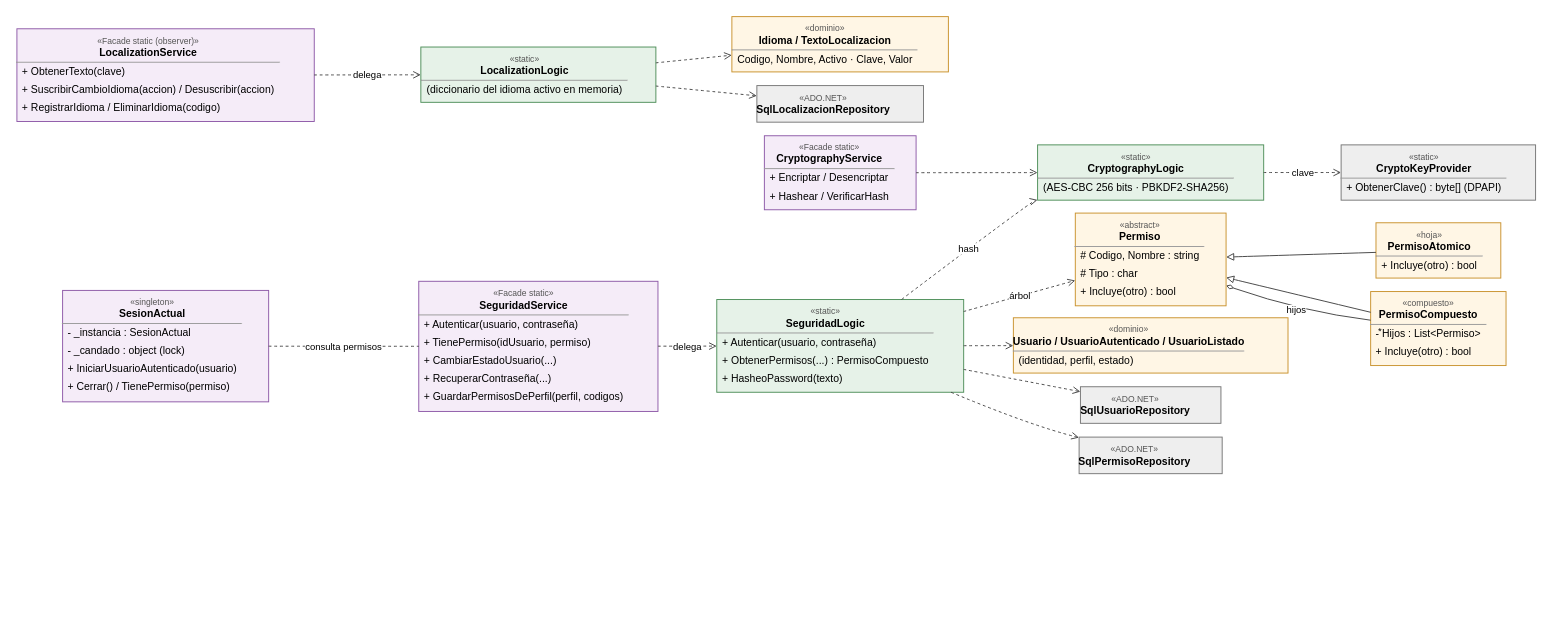
Earlier version of the draw.io diagram Diagramas/Arquitectura/G06 - Servicios seguridad y localizacion (clases).drawio (DanteSchlogl/OpenRIN-corregido). Source tidied: cells renumbered, new cells numbered last; positions are measured from the earlier drawing's top-left corner, leaving out a move shared by most shapes. Both pictures are drawn from the tidied source at 95%, with x=0, y=0 at pixel (16, 16).
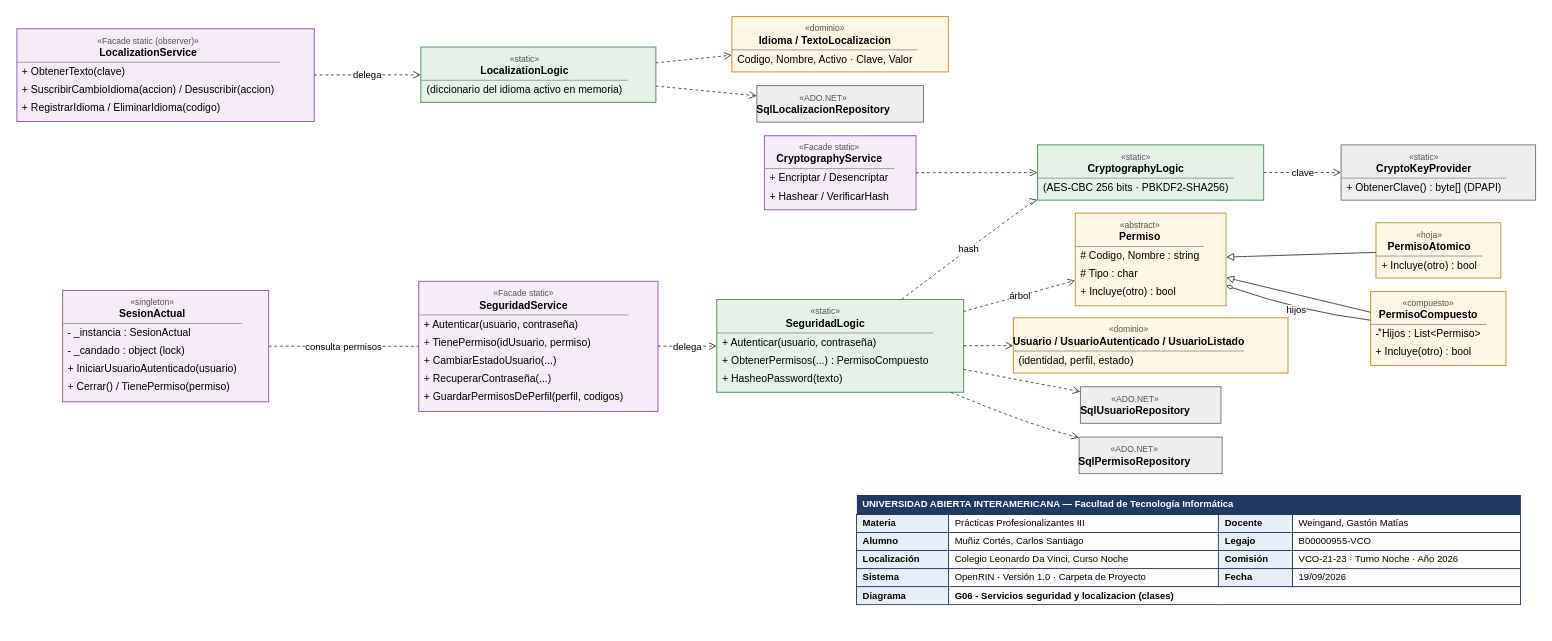
The same diagram, later.

Change to the diagram source:
```diff
@@
+    <mxCell id="34" value="&lt;table style=&quot;border-collapse:collapse;font-family:Arial;font-size:10px;width:700px;table-layout:auto;&quot;&gt;&lt;tr&gt;&lt;td colspan=&quot;4&quot; style=&quot;background:#1F3864;color:#FFFFFF;font-weight:bold;padding:4px 6px;&quot;&gt;UNIVERSIDAD ABIERTA INTERAMERICANA — Facultad de Tecnología Informática&lt;/td&gt;&lt;/tr&gt;&lt;tr&gt;&lt;td style=&quot;border:1px solid #1F3864;padding:3px 6px;font-weight:bold;background:#E8EEF8;white-space:nowrap;&quot;&gt;Materia&lt;/td&gt;&lt;td style=&quot;border:1px solid #1F3864;padding:3px 6px;&quot;&gt;Prácticas Profesionalizantes III&lt;/td&gt;&lt;td style=&quot;border:1px solid #1F3864;padding:3px 6px;font-weight:bold;background:#E8EEF8;white-space:nowrap;&quot;&gt;Docente&lt;/td&gt;&lt;td style=&quot;border:1px solid #1F3864;padding:3px 6px;&quot;&gt;Weingand, Gastón Matías&lt;/td&gt;&lt;/tr&gt;&lt;tr&gt;&lt;td style=&quot;border:1px solid #1F3864;padding:3px 6px;font-weight:bold;background:#E8EEF8;white-space:nowrap;&quot;&gt;Alumno&lt;/td&gt;&lt;td style=&quot;border:1px solid #1F3864;padding:3px 6px;&quot;&gt;Muñiz Cortés, Carlos Santiago&lt;/td&gt;&lt;td style=&quot;border:1px solid #1F3864;padding:3px 6px;font-weight:bold;background:#E8EEF8;white-space:nowrap;&quot;&gt;Legajo&lt;/td&gt;&lt;td style=&quot;border:1px solid #1F3864;padding:3px 6px;&quot;&gt;B00000955-VCO&lt;/td&gt;&lt;/tr&gt;&lt;tr&gt;&lt;td style=&quot;border:1px solid #1F3864;padding:3px 6px;font-weight:bold;background:#E8EEF8;white-space:nowrap;&quot;&gt;Localización&lt;/td&gt;&lt;td style=&quot;border:1px solid #1F3864;padding:3px 6px;&quot;&gt;Colegio Leonardo Da Vinci, Curso Noche&lt;/td&gt;&lt;td style=&quot;border:1px solid #1F3864;padding:3px 6px;font-weight:bold;background:#E8EEF8;white-space:nowrap;&quot;&gt;Comisión&lt;/td&gt;&lt;td style=&quot;border:1px solid #1F3864;padding:3px 6px;&quot;&gt;VCO-21-23 · Turno Noche · Año 2026&lt;/td&gt;&lt;/tr&gt;&lt;tr&gt;&lt;td style=&quot;border:1px solid #1F3864;padding:3px 6px;font-weight:bold;background:#E8EEF8;white-space:nowrap;&quot;&gt;Sistema&lt;/td&gt;&lt;td style=&quot;border:1px solid #1F3864;padding:3px 6px;&quot;&gt;OpenRIN · Versión 1.0 · Carpeta de Proyecto&lt;/td&gt;&lt;td style=&quot;border:1px solid #1F3864;padding:3px 6px;font-weight:bold;background:#E8EEF8;white-space:nowrap;&quot;&gt;Fecha&lt;/td&gt;&lt;td style=&quot;border:1px solid #1F3864;padding:3px 6px;&quot;&gt;19/09/2026&lt;/td&gt;&lt;/tr&gt;&lt;tr&gt;&lt;td style=&quot;border:1px solid #1F3864;padding:3px 6px;font-weight:bold;background:#E8EEF8;white-space:nowrap;&quot;&gt;Diagrama&lt;/td&gt;&lt;td colspan=&quot;3&quot; style=&quot;border:1px solid #1F3864;padding:3px 6px;font-weight:bold;&quot;&gt;G06 - Servicios seguridad y localizacion (clases)&lt;/td&gt;&lt;/tr&gt;&lt;/table&gt;" style="html=1;whiteSpace=wrap;overflow=hidden;align=left;verticalAlign=top;fillColor=#FFFFFF;strokeColor=none;spacing=0;" parent="1" vertex="1">
+      <mxGeometry x="884.2" y="498.6" width="700" height="136" as="geometry" />
+    </mxCell>
```
